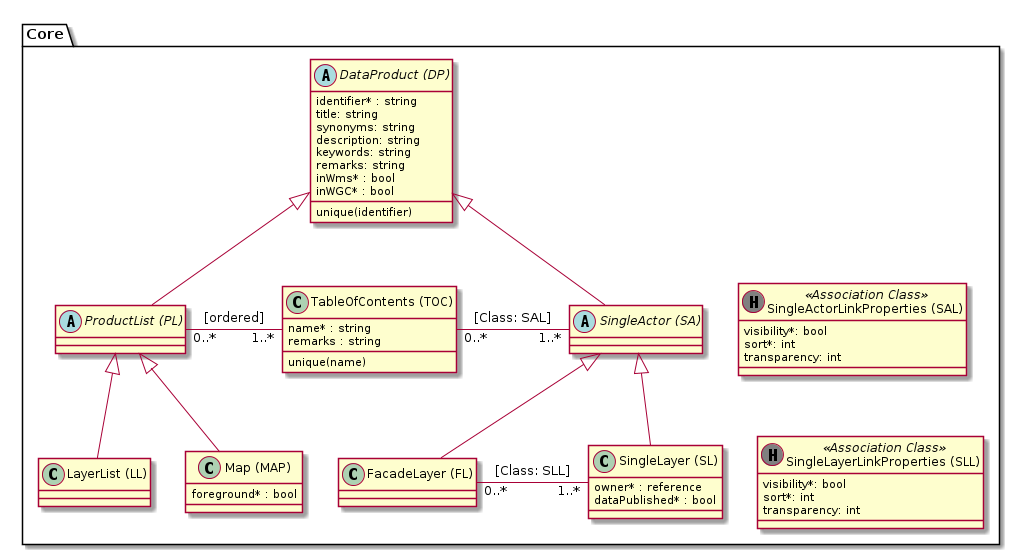
The PlantUML diagram puml_output/simi_core.png in simi-so/mm, before a commit.
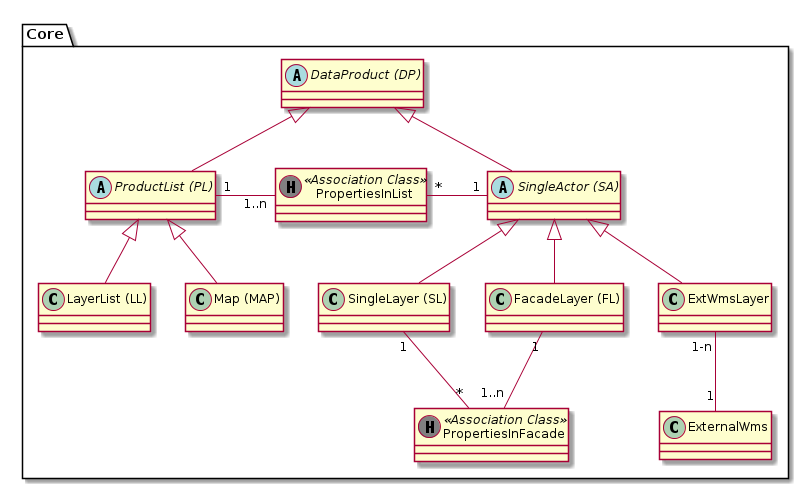
After the change.

Change to the diagram source:
```diff
@@ -1,53 +1,20 @@
 @startuml
 package Core {
-  abstract class "DataProduct (DP)" as dp {
-      identifier* : string
-      title: string
-      synonyms: string
-      description: string
-      keywords: string
-      remarks: string
-      inWms* : bool
-      inWGC* : bool
-
-      unique(identifier)
-  }
+  abstract class "DataProduct (DP)" as dp
 
   abstract class "ProductList (PL)" as pl
-
   class "LayerList (LL)" as ll
-
-  class "Map (MAP)" as map {
-    foreground* : bool
-  }
-
-  class "TableOfContents (TOC)" as toc {
-    name* : string
-    remarks : string
-
-    unique(name)
-  }
+  class "Map (MAP)" as map
 
   abstract class "SingleActor (SA)" as sa
+  class "FacadeLayer (FL)" as fl
+  class "SingleLayer (SL)" as sl
+  class "ExtWmsLayer" as ewl
 
-  class "FacadeLayer (FL)" as fl
+  class "ExternalWms" as ew
 
-  class "SingleLayer (SL)" as sl {
-    owner* : reference
-    dataPublished* : bool
-  }
-
-  class "SingleLayerLinkProperties (SLL)" as sll << (H, grey) Association Class >> {
-      visibility*: bool
-      sort*: int
-      transparency: int
-  }
-
-  class "SingleActorLinkProperties (SAL)" as sal << (H, grey) Association Class >> {
-      visibility*: bool
-      sort*: int
-      transparency: int
-  }
+  class "PropertiesInFacade" as pif << (H, grey) Association Class >>
+  class "PropertiesInList" as pil << (H, grey) Association Class >>
 
   dp <|-- pl
   pl <|-- ll
@@ -56,13 +23,15 @@
   dp <|-- sa
   sa <|-- sl
   sa <|-- fl
+  sa <|-- ewl
 
-  pl "0..*" - "1..*" toc : [ordered]
+  pl "1" -right- "1..n" pil : "      "
+  pil "*" -right- "1" sa : "      "
 
-  toc "0..*" - "1..*" sa : [Class: SAL]
-  fl "0..*" - "1..*" sl : [Class: SLL]
 
-  sa -[hidden]> sal
-  sl -[hidden]> sll
+  fl "1" -- "1..n" pif : "      "
+  pif "*" -up- "1" sl : "      "
+
+  ewl "1-n" -- "1" ew
 }
 @enduml
```
